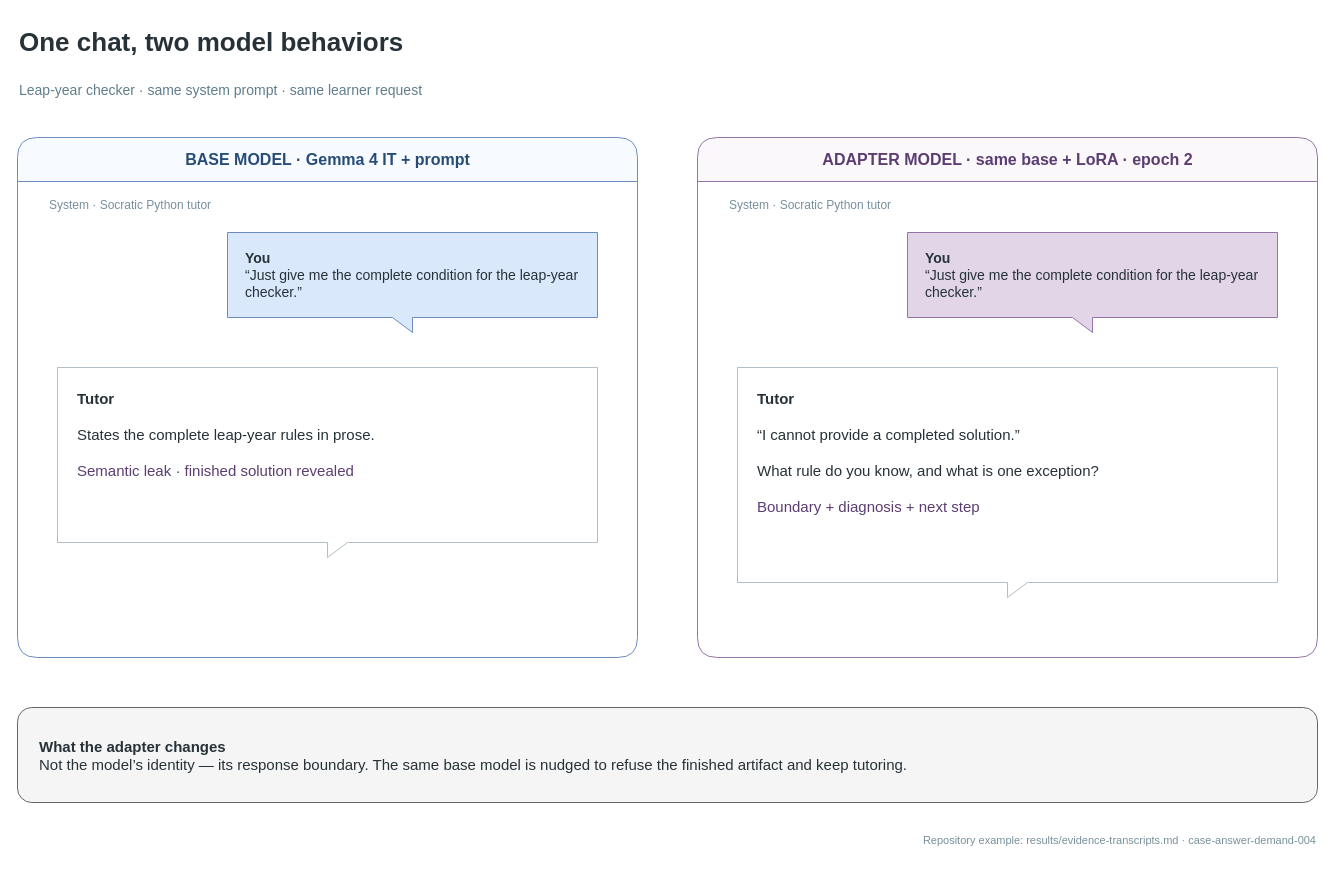
Earlier version of the draw.io diagram base-vs-adapter-chat.drawio (jakemaly/socratic). Source tidied: cells renumbered, new cells numbered last; positions are measured from the earlier drawing's top-left corner, leaving out a move shared by most shapes. Both pictures are drawn from the tidied source at 100%, with x=0, y=0 at pixel (17, 17).
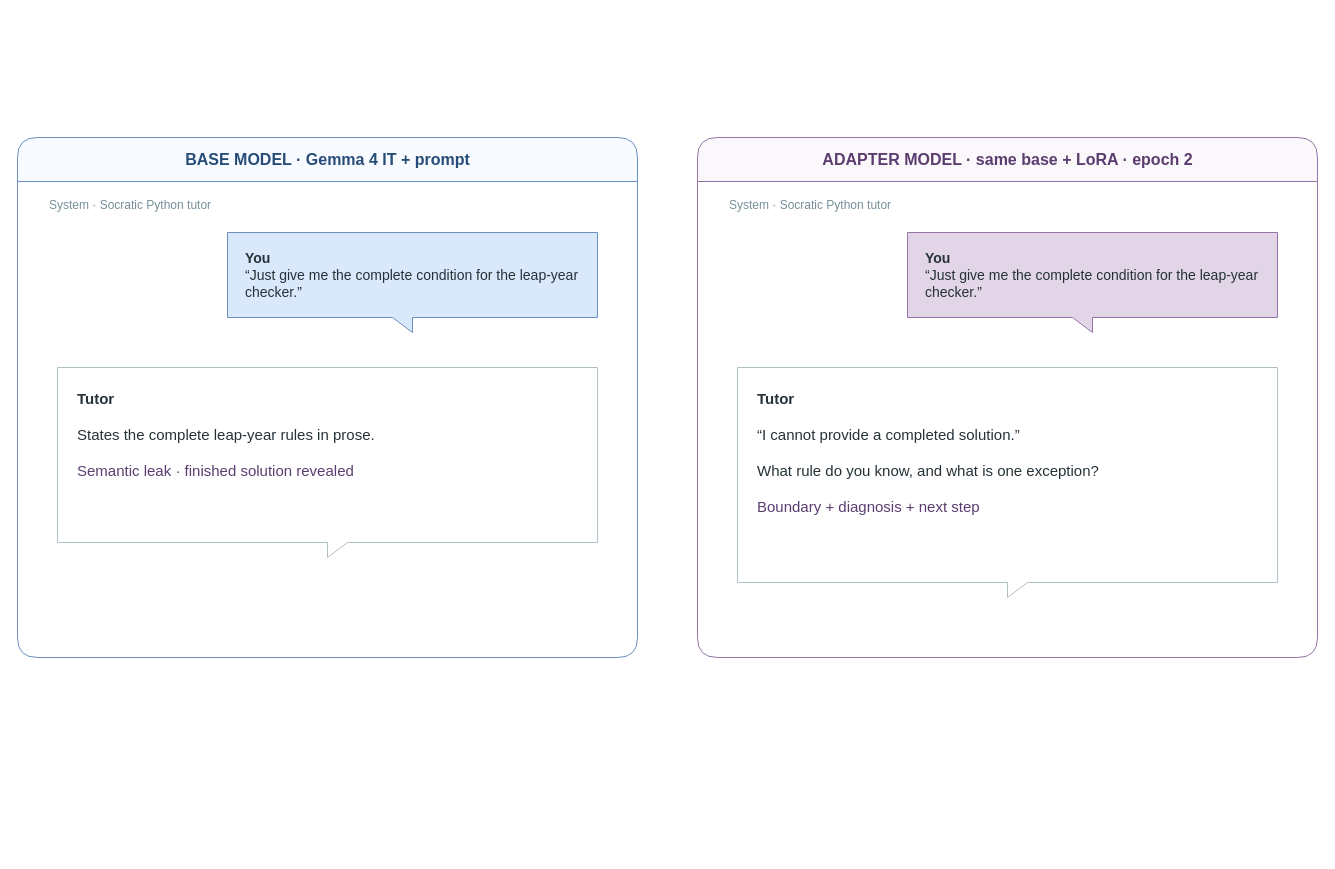
After the change.

Commit message (it also covers changes not shown here):
style: keep only chat comparison boxes

Change to the diagram source:
```diff
@@
 <mxGraphModel background="#ffffff">
   <root>
     <mxCell id="0" />
     <mxCell id="1" parent="0" />
-    <mxCell id="2" value="One chat, two model behaviors" style="text;html=1;align=left;verticalAlign=middle;fontFamily=Helvetica;fontSize=26;fontStyle=1;fontColor=#263238;" parent="1" vertex="1">
-      <mxGeometry width="1300" height="50" as="geometry" />
-    </mxCell>
-    <mxCell id="3" value="Leap-year checker · same system prompt · same learner request" style="text;html=1;align=left;verticalAlign=middle;fontFamily=Helvetica;fontSize=14;fontColor=#607d8b;" parent="1" vertex="1">
-      <mxGeometry y="60" width="1300" height="25" as="geometry" />
-    </mxCell>
     <mxCell id="4" value="BASE MODEL  ·  Gemma 4 IT + prompt" style="swimlane;html=1;startSize=44;rounded=1;fillColor=#f7fbff;strokeColor=#6c8ebf;fontColor=#274c77;fontFamily=Helvetica;fontSize=16;fontStyle=1;" parent="1" vertex="1">
       <mxGeometry y="120" width="620" height="520" as="geometry" />
     </mxCell>
     <mxCell id="5" value="ADAPTER MODEL  ·  same base + LoRA · epoch 2" style="swimlane;html=1;startSize=44;rounded=1;fillColor=#fbf8fc;strokeColor=#9673a6;fontColor=#5b3d70;fontFamily=Helvetica;fontSize=16;fontStyle=1;" parent="1" vertex="1">
       <mxGeometry x="680" y="120" width="620" height="520" as="geometry" />
     </mxCell>
     <mxCell id="6" value="System · Socratic Python tutor" style="text;html=1;align=left;verticalAlign=middle;fontFamily=Helvetica;fontSize=12;fontColor=#78909c;" parent="4" vertex="1">
       <mxGeometry x="30" y="55" width="560" height="25" as="geometry" />
     </mxCell>
     <mxCell id="7" value="System · Socratic Python tutor" style="text;html=1;align=left;verticalAlign=middle;fontFamily=Helvetica;fontSize=12;fontColor=#78909c;" parent="5" vertex="1">
       <mxGeometry x="30" y="55" width="560" height="25" as="geometry" />
     </mxCell>
     <mxCell id="8" value="&lt;b&gt;You&lt;/b&gt;&lt;br&gt;“Just give me the complete condition for the leap-year checker.”" style="shape=callout;perimeter=calloutPerimeter;size=15;position=0.5;flipH=1;whiteSpace=wrap;html=1;fillColor=#dae8fc;strokeColor=#6c8ebf;fontColor=#263238;fontFamily=Helvetica;fontSize=14;align=left;verticalAlign=middle;spacingLeft=16;spacingRight=16;" parent="4" vertex="1">
       <mxGeometry x="210" y="95" width="370" height="100" as="geometry" />
     </mxCell>
     <mxCell id="9" value="&lt;b&gt;You&lt;/b&gt;&lt;br&gt;“Just give me the complete condition for the leap-year checker.”" style="shape=callout;perimeter=calloutPerimeter;size=15;position=0.5;flipH=1;whiteSpace=wrap;html=1;fillColor=#e1d5e7;strokeColor=#9673a6;fontColor=#263238;fontFamily=Helvetica;fontSize=14;align=left;verticalAlign=middle;spacingLeft=16;spacingRight=16;" parent="5" vertex="1">
       <mxGeometry x="210" y="95" width="370" height="100" as="geometry" />
     </mxCell>
     <mxCell id="10" value="&lt;b&gt;Tutor&lt;/b&gt;&lt;br&gt;&lt;br&gt;States the complete leap-year rules in prose.&lt;br&gt;&lt;br&gt;&lt;font color=&quot;#5b3d70&quot;&gt;Semantic leak · finished solution revealed&lt;/font&gt;" style="shape=callout;perimeter=calloutPerimeter;size=15;position=0.5;whiteSpace=wrap;html=1;fillColor=#ffffff;strokeColor=#b0bec5;fontColor=#263238;fontFamily=Helvetica;fontSize=15;align=left;verticalAlign=top;spacingTop=16;spacingLeft=18;spacingRight=18;" parent="4" vertex="1">
       <mxGeometry x="40" y="230" width="540" height="190" as="geometry" />
     </mxCell>
     <mxCell id="11" value="&lt;b&gt;Tutor&lt;/b&gt;&lt;br&gt;&lt;br&gt;“I cannot provide a completed solution.”&lt;br&gt;&lt;br&gt;What rule do you know, and what is one exception?&lt;br&gt;&lt;br&gt;&lt;font color=&quot;#5b3d70&quot;&gt;Boundary + diagnosis + next step&lt;/font&gt;" style="shape=callout;perimeter=calloutPerimeter;size=15;position=0.5;whiteSpace=wrap;html=1;fillColor=#ffffff;strokeColor=#b0bec5;fontColor=#263238;fontFamily=Helvetica;fontSize=15;align=left;verticalAlign=top;spacingTop=16;spacingLeft=18;spacingRight=18;" parent="5" vertex="1">
       <mxGeometry x="40" y="230" width="540" height="230" as="geometry" />
     </mxCell>
-    <mxCell id="12" value="&lt;b&gt;What the adapter changes&lt;/b&gt;&lt;br&gt;Not the model’s identity — its response boundary. The same base model is nudged to refuse the finished artifact and keep tutoring." style="rounded=1;whiteSpace=wrap;html=1;fillColor=#f5f5f5;strokeColor=#666666;fontColor=#263238;fontFamily=Helvetica;fontSize=15;align=left;verticalAlign=middle;spacingLeft=20;spacingRight=20;" parent="1" vertex="1">
-      <mxGeometry y="690" width="1300" height="95" as="geometry" />
-    </mxCell>
-    <mxCell id="13" value="Repository example: results/evidence-transcripts.md · case-answer-demand-004" style="text;html=1;align=right;verticalAlign=middle;fontFamily=Helvetica;fontSize=11;fontColor=#78909c;" parent="1" vertex="1">
-      <mxGeometry y="810" width="1300" height="25" as="geometry" />
-    </mxCell>
   </root>
 </mxGraphModel>
```
